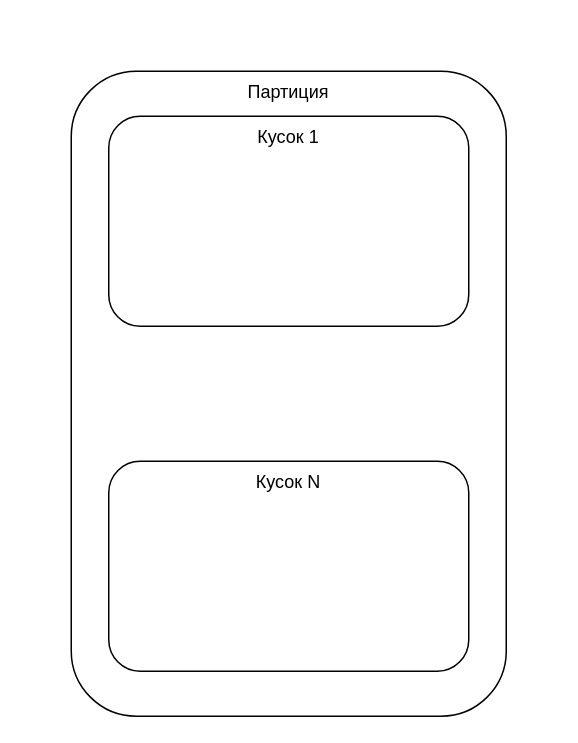
Above: Диаграмма без названия.drawio in ant0nk/common (draw.io), before the change. Source tidied: cells renumbered, new cells numbered last; positions are measured from the earlier drawing's top-left corner, leaving out a move shared by most shapes. Both pictures are drawn from the tidied source at 150%, with x=0, y=0 at pixel (70, 70).
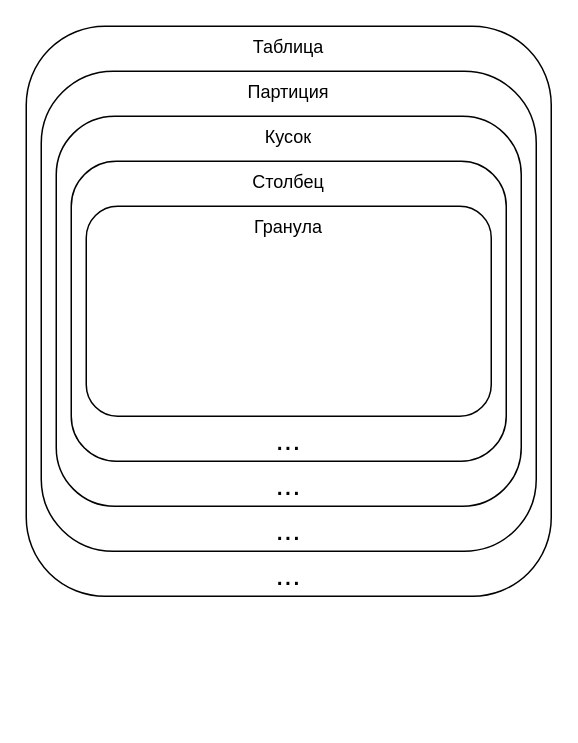
The same diagram, later.

Diff of the diagram source:
```diff
@@
 <mxGraphModel>
   <root>
     <mxCell id="0" />
     <mxCell id="1" parent="0" />
+    <mxCell id="5" value="Таблица" style="rounded=1;whiteSpace=wrap;html=1;horizontal=1;verticalAlign=top;" parent="1" vertex="1">
+      <mxGeometry x="-30" y="-30" width="350" height="380" as="geometry" />
+    </mxCell>
     <mxCell id="2" value="Партиция" style="rounded=1;whiteSpace=wrap;html=1;horizontal=1;verticalAlign=top;" parent="1" vertex="1">
-      <mxGeometry width="290" height="430" as="geometry" />
+      <mxGeometry x="-20" width="330" height="320" as="geometry" />
     </mxCell>
-    <mxCell id="3" value="Кусок 1" style="rounded=1;whiteSpace=wrap;html=1;horizontal=1;verticalAlign=top;" parent="1" vertex="1">
-      <mxGeometry x="25" y="30" width="240" height="140" as="geometry" />
+    <mxCell id="3" value="Кусок" style="rounded=1;whiteSpace=wrap;html=1;horizontal=1;verticalAlign=top;" parent="1" vertex="1">
+      <mxGeometry x="-10" y="30" width="310" height="260" as="geometry" />
     </mxCell>
-    <mxCell id="4" value="Кусок N" style="rounded=1;whiteSpace=wrap;html=1;horizontal=1;verticalAlign=top;" parent="1" vertex="1">
-      <mxGeometry x="25" y="260" width="240" height="140" as="geometry" />
-    </mxCell>
+    <mxCell id="6" value="Столбец" style="rounded=1;whiteSpace=wrap;html=1;horizontal=1;verticalAlign=top;" parent="1" vertex="1">
+      <mxGeometry y="60" width="290" height="200" as="geometry" />
+    </mxCell>
+    <mxCell id="7" value="Гранула" style="rounded=1;whiteSpace=wrap;html=1;horizontal=1;verticalAlign=top;" parent="1" vertex="1">
+      <mxGeometry x="10" y="90" width="270" height="140" as="geometry" />
+    </mxCell>
+    <mxCell id="8" value="..." style="text;html=1;align=center;verticalAlign=middle;whiteSpace=wrap;rounded=0;fontSize=20;" parent="1" vertex="1">
+      <mxGeometry x="115" y="320" width="60" height="30" as="geometry" />
+    </mxCell>
+    <mxCell id="9" value="..." style="text;html=1;align=center;verticalAlign=middle;whiteSpace=wrap;rounded=0;fontSize=20;" parent="1" vertex="1">
+      <mxGeometry x="115" y="290" width="60" height="30" as="geometry" />
+    </mxCell>
+    <mxCell id="10" value="..." style="text;html=1;align=center;verticalAlign=middle;whiteSpace=wrap;rounded=0;fontSize=20;" parent="1" vertex="1">
+      <mxGeometry x="115" y="260" width="60" height="30" as="geometry" />
+    </mxCell>
+    <mxCell id="11" value="..." style="text;html=1;align=center;verticalAlign=middle;whiteSpace=wrap;rounded=0;fontSize=20;" parent="1" vertex="1">
+      <mxGeometry x="115" y="230" width="60" height="30" as="geometry" />
+    </mxCell>
   </root>
 </mxGraphModel>
```
